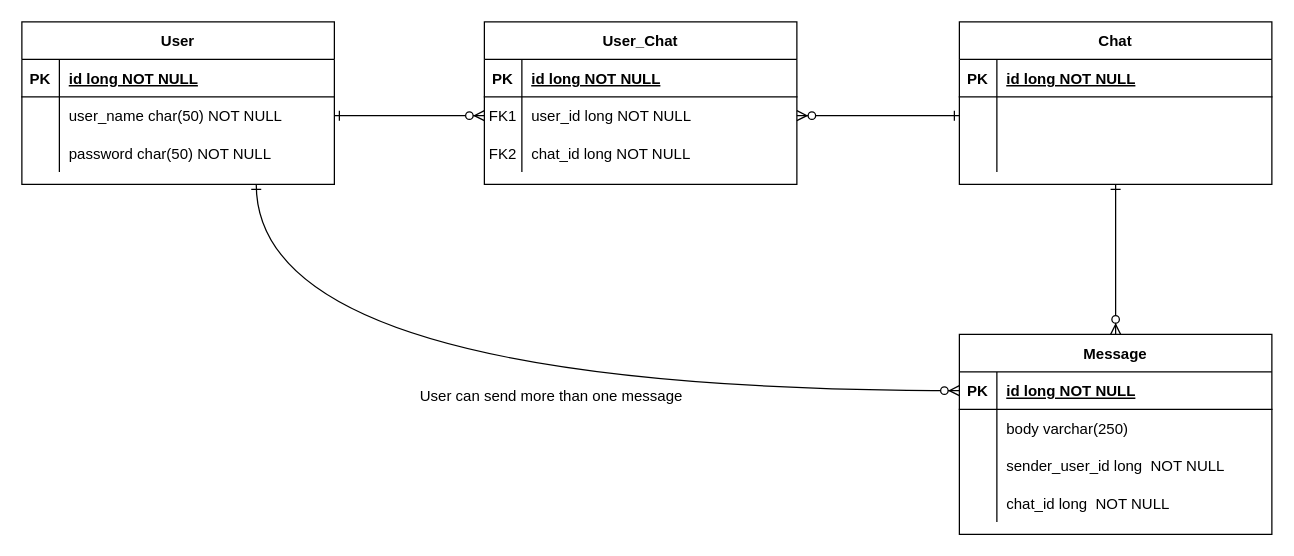
This is ERD.drawio from kutayyaman/ChatApplicationWithJavaSocketProgramming, a draw.io file, before an edit. Source tidied: cells renumbered, new cells numbered last; positions are measured from the earlier drawing's top-left corner, leaving out a move shared by most shapes. Both pictures are drawn from the tidied source at 125%, with x=0, y=0 at pixel (21, 21).
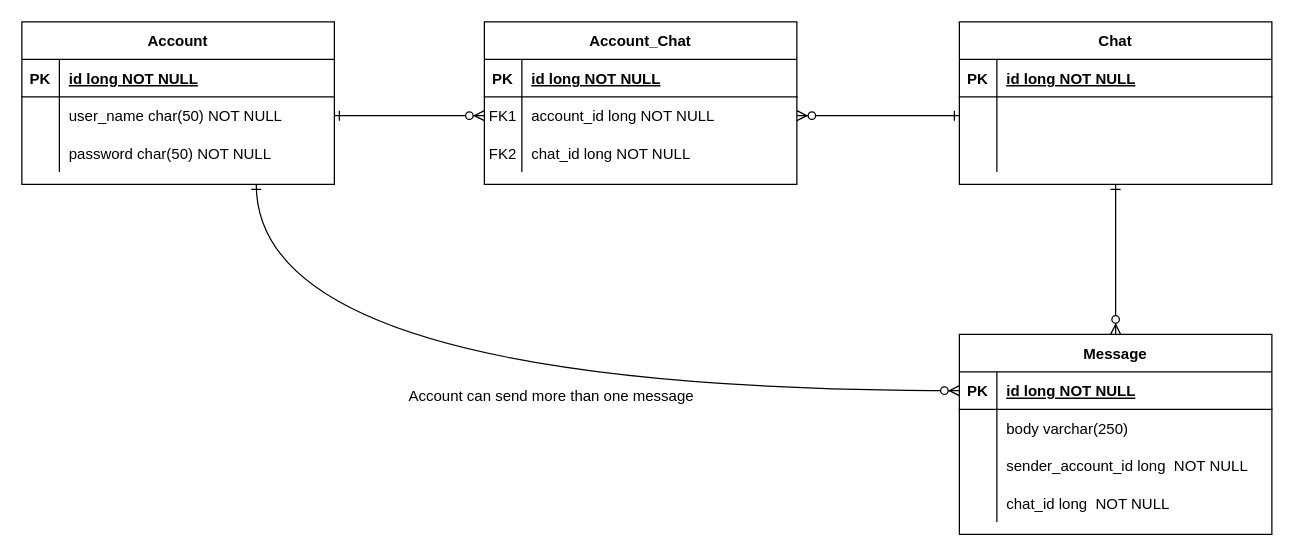
Above is the later version.

Commit message (it also covers changes not shown here):
ERD has been updated

The change refers to these unchanged cells:
```xml
<mxCell id="18" style="shape=partialRectangle;fillColor=none;points=[[0,0.5],[1,0.5]];portConstraint=eastwest;top=0;left=0;right=0;bottom=0;" parent="14" vertex="1">
  <mxGeometry y="60" width="250" height="30" as="geometry" />
</mxCell>
<mxCell id="41" style="shape=partialRectangle;fillColor=none;top=0;left=0;right=0;bottom=0;" parent="34" vertex="1">
  <mxGeometry y="90" width="250" height="30" as="geometry" />
</mxCell>
```

Change to the diagram source:
```diff
@@
-    <mxCell id="14" value="User_Chat" style="shape=table;startSize=30;childLayout=tableLayout;rowLines=0;fontStyle=1;align=center;" parent="1" vertex="1">
+    <mxCell id="14" value="Account_Chat" style="shape=table;startSize=30;childLayout=tableLayout;rowLines=0;fontStyle=1;align=center;" parent="1" vertex="1">
       <mxGeometry x="370" width="250" height="130" as="geometry" />
     </mxCell>
@@
-    <mxCell id="20" value="user_id long NOT NULL" style="shape=partialRectangle;overflow=hidden;fillColor=none;top=0;left=0;bottom=0;right=0;align=left;spacingLeft=6;" parent="18" vertex="1">
+    <mxCell id="20" value="account_id long NOT NULL" style="shape=partialRectangle;overflow=hidden;fillColor=none;top=0;left=0;bottom=0;right=0;align=left;spacingLeft=6;" parent="18" vertex="1">
       <mxGeometry x="30" width="220" height="30" as="geometry" />
     </mxCell>
@@
-    <mxCell id="24" value="User" style="shape=table;startSize=30;childLayout=tableLayout;rowLines=0;fontStyle=1;align=center;" parent="1" vertex="1">
+    <mxCell id="24" value="Account" style="shape=table;startSize=30;childLayout=tableLayout;rowLines=0;fontStyle=1;align=center;" parent="1" vertex="1">
       <mxGeometry width="250" height="130" as="geometry" />
     </mxCell>
@@
-    <mxCell id="43" value="sender_user_id long  NOT NULL" style="shape=partialRectangle;overflow=hidden;fillColor=none;top=0;left=0;bottom=0;right=0;align=left;spacingLeft=6;" parent="41" vertex="1">
+    <mxCell id="43" value="sender_account_id long  NOT NULL" style="shape=partialRectangle;overflow=hidden;fillColor=none;top=0;left=0;bottom=0;right=0;align=left;spacingLeft=6;" parent="41" vertex="1">
       <mxGeometry x="30" width="220" height="30" as="geometry" />
     </mxCell>
@@
-    <mxCell id="49" value="User can send more than one message&amp;nbsp;" style="text;html=1;align=center;verticalAlign=middle;strokeColor=none;fillColor=none;" parent="1" vertex="1">
-      <mxGeometry x="310" y="290" width="230" height="20" as="geometry" />
+    <mxCell id="49" value="Account can send more than one message&amp;nbsp;" style="text;html=1;align=center;verticalAlign=middle;strokeColor=none;fillColor=none;" parent="1" vertex="1">
+      <mxGeometry x="300" y="290" width="250" height="20" as="geometry" />
     </mxCell>
```
